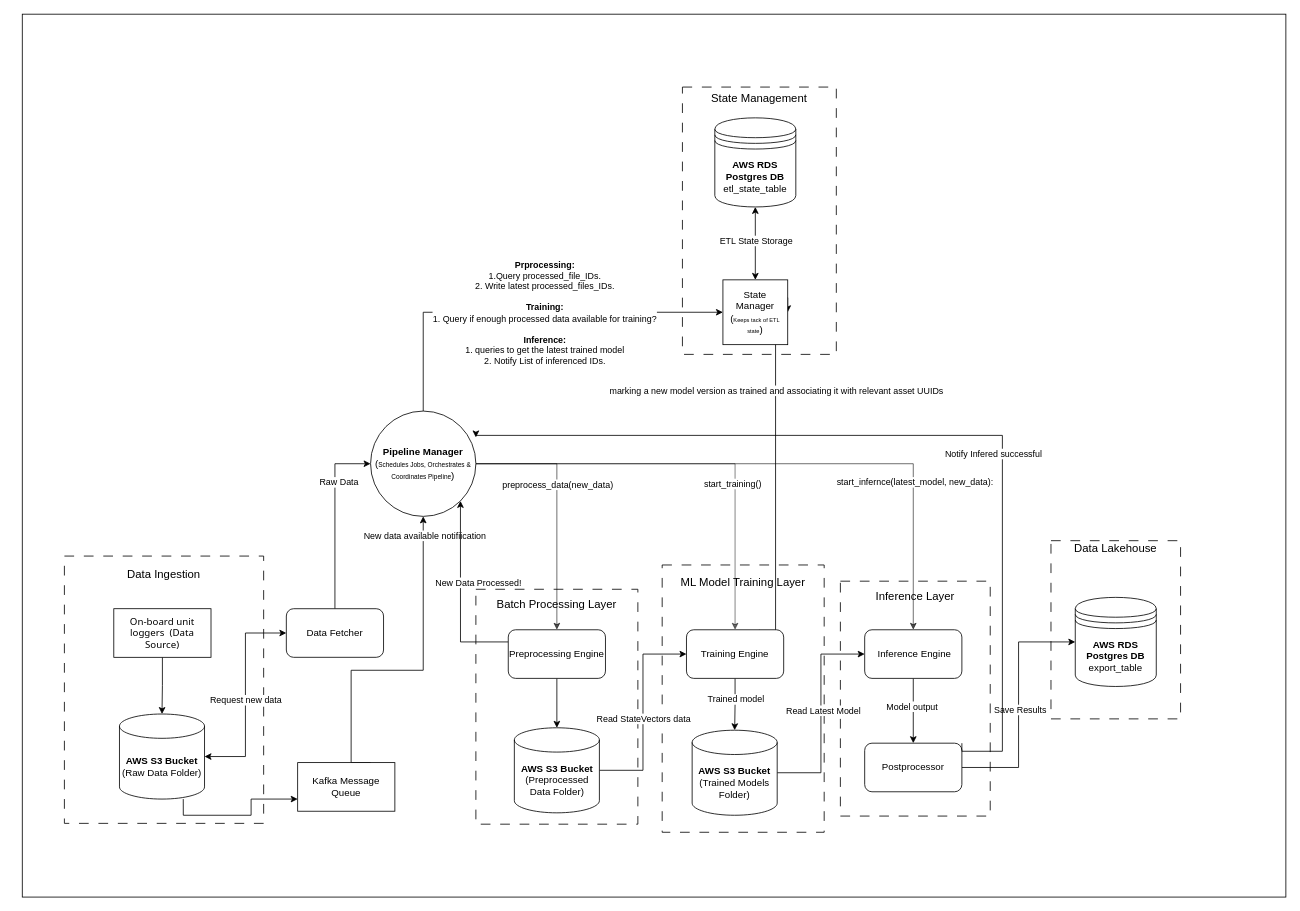
The draw.io diagram docs/System-Architecture.drawio in KhizarAziz/ML-ETL-architecture-template, before the edit. Source tidied: cells renumbered, new cells numbered last; positions are measured from the earlier drawing's top-left corner, leaving out a move shared by most shapes. Both pictures are drawn from the tidied source at 81%, with x=0, y=0 at pixel (22, 14).
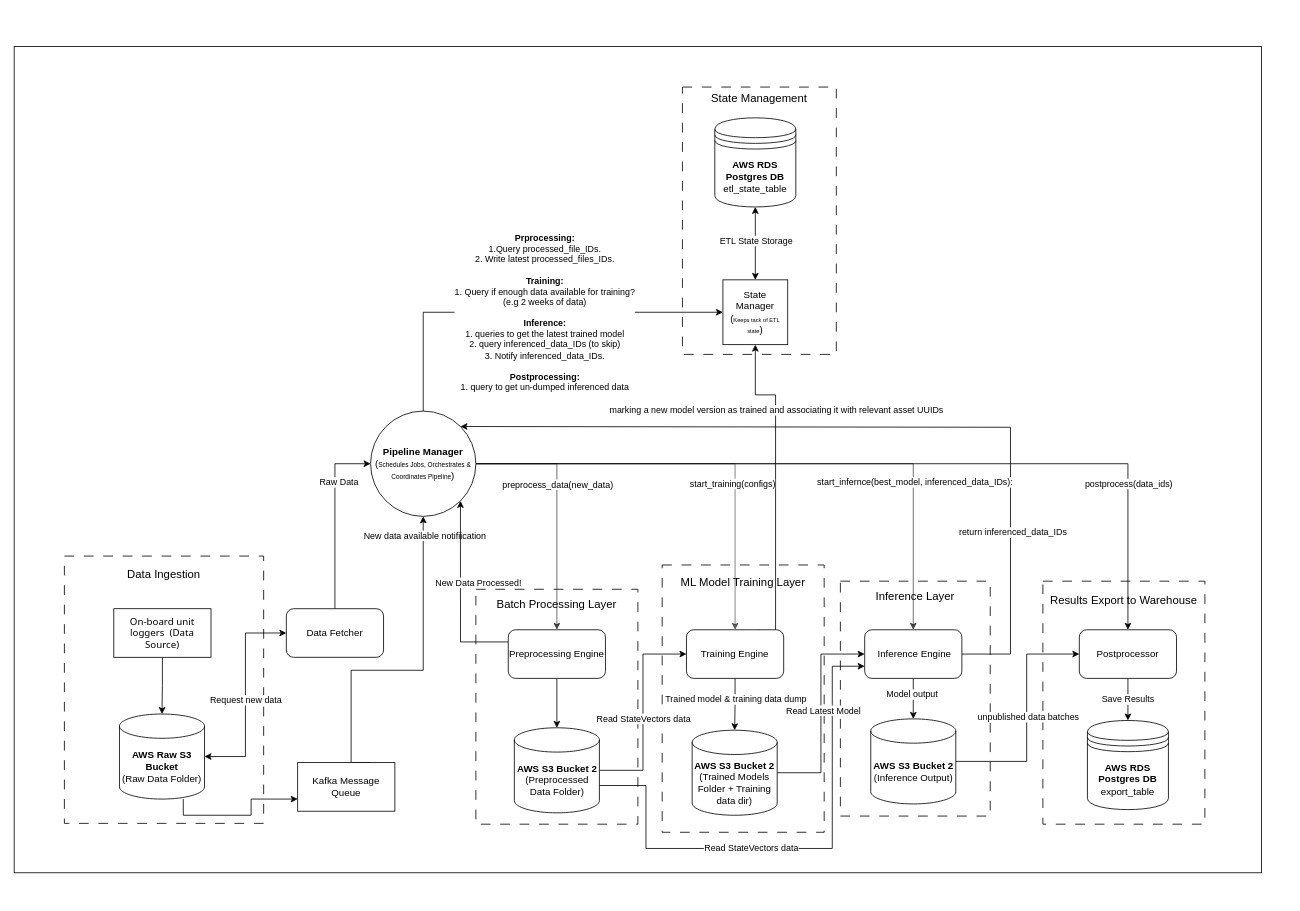
After the change.

Commit message (it also covers changes not shown here):
preprocess, train, inferenced, postprocess added

The change refers to these unchanged cells:
```xml
<mxCell id="22" style="edgeStyle=orthogonalEdgeStyle;rounded=0;jettySize=auto;html=1;" parent="1" edge="1" source="26" target="39">
  <mxGeometry relative="1" as="geometry" />
</mxCell>
<mxCell id="26" value="Training Engine" style="rounded=1;whiteSpace=wrap;html=1;" parent="1" vertex="1">
  <mxGeometry x="820" y="760" width="120" height="60" as="geometry" />
</mxCell>
<mxCell id="29" value="&amp;nbsp;Inference Engine" style="rounded=1;whiteSpace=wrap;html=1;" parent="1" vertex="1">
  <mxGeometry x="1040" y="760" width="120" height="60" as="geometry" />
</mxCell>
<mxCell id="42" style="edgeStyle=orthogonalEdgeStyle;rounded=0;jettySize=auto;html=1;entryX=0.5;entryY=0;entryDx=0;entryDy=0;opacity=60;" parent="1" edge="1" source="48" target="26">
  <mxGeometry relative="1" as="geometry" />
</mxCell>
<mxCell id="44" style="edgeStyle=orthogonalEdgeStyle;rounded=0;jettySize=auto;html=1;entryX=0.5;entryY=0;entryDx=0;entryDy=0;opacity=70;" parent="1" edge="1" source="48" target="29">
  <mxGeometry relative="1" as="geometry" />
</mxCell>
<mxCell id="46" style="edgeStyle=orthogonalEdgeStyle;rounded=0;jettySize=auto;html=1;exitX=0.5;exitY=0;exitDx=0;exitDy=0;entryX=0;entryY=0.5;entryDx=0;entryDy=0;" parent="1" edge="1" source="48" target="54">
  <mxGeometry relative="1" as="geometry" />
</mxCell>
<mxCell id="48" value="&lt;b&gt;Pipeline Manager&lt;/b&gt;&lt;br&gt;(&lt;font style=&quot;font-size: 8px;&quot;&gt;Schedules Jobs, Orchestrates &amp;amp; Coordinates Pipeline&lt;/font&gt;)" style="ellipse;whiteSpace=wrap;html=1;" parent="1" vertex="1">
  <mxGeometry x="430" y="490" width="130" height="130" as="geometry" />
</mxCell>
<mxCell id="54" value="State Manager&lt;br&gt;(&lt;font style=&quot;font-size: 7px;&quot;&gt;Keeps tack of ETL state&lt;/font&gt;)" style="whiteSpace=wrap;html=1;" parent="1" vertex="1">
  <mxGeometry x="865" y="328" width="80" height="80" as="geometry" />
</mxCell>
```

The edit, as a diff of the source:
```diff
@@
     <mxCell id="2" style="rounded=0;whiteSpace=wrap;html=1;fillColor=none;" parent="1" vertex="1">
-      <mxGeometry width="1560" height="1090" as="geometry" />
+      <mxGeometry x="-10" y="40" width="1540" height="1020" as="geometry" />
     </mxCell>
-    <mxCell id="3" value="&lt;font style=&quot;font-size: 14px;&quot;&gt;Data Lakehouse&lt;br&gt;&lt;br&gt;&lt;br&gt;&lt;br&gt;&lt;br&gt;&lt;br&gt;&lt;br&gt;&lt;br&gt;&lt;br&gt;&lt;br&gt;&lt;br&gt;&lt;br&gt;&lt;br&gt;&lt;/font&gt;" style="rounded=0;whiteSpace=wrap;html=1;fillColor=default;dashed=1;dashPattern=12 12;" parent="1" vertex="1">
-      <mxGeometry x="1270" y="650" width="160" height="220" as="geometry" />
+    <mxCell id="3" value="&lt;font style=&quot;font-size: 14px;&quot;&gt;Results Export to Warehouse&lt;br&gt;&lt;br&gt;&lt;br&gt;&lt;br&gt;&lt;br&gt;&lt;br&gt;&lt;br&gt;&lt;br&gt;&lt;br&gt;&lt;br&gt;&lt;br&gt;&lt;br&gt;&lt;br&gt;&lt;br&gt;&lt;br&gt;&lt;br&gt;&lt;/font&gt;" style="rounded=0;whiteSpace=wrap;html=1;fillColor=default;dashed=1;dashPattern=12 12;" parent="1" vertex="1">
+      <mxGeometry x="1260" y="700" width="200" height="300" as="geometry" />
     </mxCell>
@@
-    <mxCell id="14" value="&lt;b style=&quot;border-color: var(--border-color);&quot;&gt;AWS S3 Bucket&lt;br&gt;&lt;/b&gt;(Raw Data Folder)" style="shape=cylinder3;whiteSpace=wrap;html=1;boundedLbl=1;backgroundOutline=1;size=15;" parent="1" vertex="1">
+    <mxCell id="14" value="&lt;b style=&quot;border-color: var(--border-color);&quot;&gt;AWS Raw S3 Bucket&lt;br&gt;&lt;/b&gt;(Raw Data Folder)" style="shape=cylinder3;whiteSpace=wrap;html=1;boundedLbl=1;backgroundOutline=1;size=15;" parent="1" vertex="1">
       <mxGeometry x="120" y="864" width="105" height="105" as="geometry" />
     </mxCell>
@@
-    <mxCell id="23" value="Trained model" style="edgeLabel;html=1;align=center;verticalAlign=middle;" parent="22" vertex="1">
+    <mxCell id="23" value="Trained model &amp;amp; training data dump" style="edgeLabel;html=1;align=center;verticalAlign=middle;" parent="22" vertex="1">
       <mxGeometry x="-0.22" relative="1" as="geometry" />
     </mxCell>
-    <mxCell id="24" style="edgeStyle=orthogonalEdgeStyle;rounded=0;jettySize=auto;html=1;exitX=0.75;exitY=0;exitDx=0;exitDy=0;entryX=1;entryY=0.5;entryDx=0;entryDy=0;" parent="1" edge="1" source="26" target="54">
+    <mxCell id="24" style="edgeStyle=orthogonalEdgeStyle;rounded=0;jettySize=auto;html=1;exitX=0.75;exitY=0;exitDx=0;exitDy=0;entryX=0.5;entryY=1;entryDx=0;entryDy=0;" parent="1" edge="1" source="26" target="54">
       <mxGeometry relative="1" as="geometry">
         <Array as="points">
+          <mxPoint x="910" y="800" />
           <mxPoint x="930" y="800" />
-          <mxPoint x="930" y="350" />
+          <mxPoint x="930" y="470" />
+          <mxPoint x="905" y="470" />
         </Array>
       </mxGeometry>
     </mxCell>
     <mxCell id="25" value="marking a new model version as trained and associating it with relevant asset UUIDs" style="edgeLabel;html=1;align=center;verticalAlign=middle;" parent="24" vertex="1">
       <mxGeometry x="0.63" relative="1" as="geometry">
-        <mxPoint y="47" as="offset" />
+        <mxPoint y="17" as="offset" />
       </mxGeometry>
     </mxCell>
@@
-    <mxCell id="27" style="edgeStyle=orthogonalEdgeStyle;rounded=0;jettySize=auto;html=1;entryX=0.5;entryY=0;entryDx=0;entryDy=0;" parent="1" edge="1" source="29" target="32">
-      <mxGeometry relative="1" as="geometry" />
-    </mxCell>
+    <mxCell id="58" style="edgeStyle=orthogonalEdgeStyle;rounded=0;jettySize=auto;html=1;" parent="1" edge="1" source="29" target="67">
+      <mxGeometry relative="1" as="geometry" />
+    </mxCell>
-    <mxCell id="28" value="Model output&amp;nbsp;" style="edgeLabel;html=1;align=center;verticalAlign=middle;" parent="27" vertex="1">
-      <mxGeometry x="-0.14" y="-1" relative="1" as="geometry" />
+    <mxCell id="28" value="Model output&amp;nbsp;" style="edgeLabel;html=1;align=center;verticalAlign=middle;" parent="58" vertex="1">
+      <mxGeometry x="-0.23" y="-1" relative="1" as="geometry" />
     </mxCell>
+    <mxCell id="59" style="edgeStyle=orthogonalEdgeStyle;rounded=0;jettySize=auto;html=1;entryX=1;entryY=0;entryDx=0;entryDy=0;" parent="1" edge="1" source="29" target="48">
+      <mxGeometry relative="1" as="geometry">
+        <Array as="points">
+          <mxPoint x="1220" y="790" />
+          <mxPoint x="1220" y="510" />
+          <mxPoint x="541" y="510" />
+        </Array>
+      </mxGeometry>
+    </mxCell>
+    <mxCell id="60" value="return inferenced_data_IDs" style="edgeLabel;html=1;align=center;verticalAlign=middle;" parent="59" vertex="1">
+      <mxGeometry x="-0.51" y="-2" relative="1" as="geometry">
+        <mxPoint y="39" as="offset" />
+      </mxGeometry>
+    </mxCell>
@@
-    <mxCell id="30" style="edgeStyle=orthogonalEdgeStyle;rounded=0;jettySize=auto;html=1;entryX=0;entryY=0.5;entryDx=0;entryDy=0;" parent="1" edge="1" source="32" target="33">
+    <mxCell id="30" style="edgeStyle=orthogonalEdgeStyle;rounded=0;jettySize=auto;html=1;entryX=0.5;entryY=0;entryDx=0;entryDy=0;" parent="1" edge="1" source="32" target="33">
       <mxGeometry relative="1" as="geometry" />
     </mxCell>
@@
     <mxCell id="32" value="&lt;div&gt;Postprocessor&lt;/div&gt;" style="rounded=1;whiteSpace=wrap;html=1;" parent="1" vertex="1">
-      <mxGeometry x="1040" y="900" width="120" height="60" as="geometry" />
+      <mxGeometry x="1305" y="760" width="120" height="60" as="geometry" />
     </mxCell>
     <mxCell id="33" value="&lt;b&gt;AWS RDS Postgres DB&lt;/b&gt;&lt;br&gt;export_table" style="shape=datastore;whiteSpace=wrap;html=1;" parent="1" vertex="1">
-      <mxGeometry x="1300" y="720" width="100" height="110" as="geometry" />
+      <mxGeometry x="1315" y="872" width="100" height="110" as="geometry" />
     </mxCell>
@@
+    <mxCell id="61" style="edgeStyle=orthogonalEdgeStyle;rounded=0;jettySize=auto;html=1;exitX=1;exitY=0;exitDx=0;exitDy=71.25;exitPerimeter=0;entryX=0;entryY=0.75;entryDx=0;entryDy=0;" parent="1" edge="1" source="36" target="29">
+      <mxGeometry relative="1" as="geometry">
+        <Array as="points">
+          <mxPoint x="770" y="952" />
+          <mxPoint x="770" y="1030" />
+          <mxPoint x="1000" y="1030" />
+          <mxPoint x="1000" y="805" />
+        </Array>
+      </mxGeometry>
+    </mxCell>
+    <mxCell id="62" value="Read StateVectors data" style="edgeLabel;html=1;align=center;verticalAlign=middle;" parent="61" vertex="1">
+      <mxGeometry x="-0.16" y="2" relative="1" as="geometry" />
+    </mxCell>
-    <mxCell id="36" value="&lt;b&gt;AWS S3 Bucket&lt;br&gt;&lt;/b&gt;(Preprocessed Data Folder)" style="shape=cylinder3;whiteSpace=wrap;html=1;boundedLbl=1;backgroundOutline=1;size=15;" parent="1" vertex="1">
+    <mxCell id="36" value="&lt;b&gt;AWS S3 Bucket 2&lt;br&gt;&lt;/b&gt;(Preprocessed Data Folder)" style="shape=cylinder3;whiteSpace=wrap;html=1;boundedLbl=1;backgroundOutline=1;size=15;" parent="1" vertex="1">
       <mxGeometry x="607.5" y="881" width="105" height="105" as="geometry" />
     </mxCell>
@@
-    <mxCell id="39" value="&lt;b style=&quot;border-color: var(--border-color);&quot;&gt;AWS S3 Bucket&lt;br style=&quot;border-color: var(--border-color);&quot;&gt;&lt;/b&gt;(Trained Models Folder)" style="shape=cylinder3;whiteSpace=wrap;html=1;boundedLbl=1;backgroundOutline=1;size=15;" parent="1" vertex="1">
+    <mxCell id="39" value="&lt;b style=&quot;border-color: var(--border-color);&quot;&gt;AWS S3 Bucket 2&lt;br style=&quot;border-color: var(--border-color);&quot;&gt;&lt;/b&gt;(Trained Models Folder + Training data dir)" style="shape=cylinder3;whiteSpace=wrap;html=1;boundedLbl=1;backgroundOutline=1;size=15;" parent="1" vertex="1">
       <mxGeometry x="827" y="884" width="105" height="105" as="geometry" />
     </mxCell>
@@
-    <mxCell id="43" value="start_training()" style="edgeLabel;html=1;align=center;verticalAlign=middle;" parent="42" vertex="1">
+    <mxCell id="43" value="start_training(configs)" style="edgeLabel;html=1;align=center;verticalAlign=middle;" parent="42" vertex="1">
       <mxGeometry x="0.66" y="-4" relative="1" as="geometry">
         <mxPoint y="-92" as="offset" />
       </mxGeometry>
     </mxCell>
@@
-    <mxCell id="45" value="start_infernce(latest_model, new_data):" style="edgeLabel;html=1;align=center;verticalAlign=middle;" parent="44" vertex="1">
+    <mxCell id="45" value="start_infernce(best_model, inferenced_data_IDs):" style="edgeLabel;html=1;align=center;verticalAlign=middle;" parent="44" vertex="1">
       <mxGeometry x="0.75" y="1" relative="1" as="geometry">
         <mxPoint y="-90" as="offset" />
       </mxGeometry>
     </mxCell>
@@
-    <mxCell id="47" value="&lt;b&gt;Prprocessing:&lt;/b&gt;&lt;br&gt;1.Query processed_file_IDs.&lt;br&gt;2. Write latest processed_files_IDs.&lt;br&gt;&lt;br&gt;&lt;b&gt;Training:&lt;/b&gt;&lt;br&gt;1. Query if enough processed data available for training?&lt;br&gt;&lt;br&gt;&lt;b&gt;Inference:&lt;/b&gt;&lt;br&gt;1.&amp;nbsp;queries to get the latest trained model&lt;br&gt;2. Notify List of inferenced IDs." style="edgeLabel;html=1;align=center;verticalAlign=middle;labelBackgroundColor=default;" parent="46" vertex="1">
+    <mxCell id="47" value="&lt;b&gt;Prprocessing:&lt;/b&gt;&lt;br&gt;1.Query processed_file_IDs.&lt;br&gt;2. Write latest processed_files_IDs.&lt;br&gt;&lt;br&gt;&lt;b&gt;Training:&lt;/b&gt;&lt;br&gt;1. Query if enough data available for training?&lt;br&gt;(e.g 2 weeks of data)&lt;br&gt;&lt;br&gt;&lt;b&gt;Inference:&lt;/b&gt;&lt;br&gt;1.&amp;nbsp;queries to get the latest trained model&lt;br&gt;2. query inferenced_data_IDs (to skip)&lt;br&gt;3. Notify inferenced_data_IDs.&lt;br&gt;&lt;br&gt;&lt;b style=&quot;border-color: var(--border-color);&quot;&gt;Postprocessing:&lt;/b&gt;&lt;br style=&quot;border-color: var(--border-color);&quot;&gt;1. query to get un-dumped inferenced data" style="edgeLabel;html=1;align=center;verticalAlign=middle;labelBackgroundColor=default;" parent="46" vertex="1">
       <mxGeometry x="0.1" relative="1" as="geometry" />
     </mxCell>
+    <mxCell id="63" style="edgeStyle=orthogonalEdgeStyle;rounded=0;jettySize=auto;html=1;entryX=0.5;entryY=0;entryDx=0;entryDy=0;" parent="1" edge="1" source="48" target="32">
+      <mxGeometry relative="1" as="geometry">
+        <Array as="points">
+          <mxPoint x="1365" y="555" />
+        </Array>
+      </mxGeometry>
+    </mxCell>
+    <mxCell id="64" value="postprocess(data_ids)" style="edgeLabel;html=1;align=center;verticalAlign=middle;" parent="63" vertex="1">
+      <mxGeometry x="0.63" relative="1" as="geometry">
+        <mxPoint y="6" as="offset" />
+      </mxGeometry>
+    </mxCell>
@@
-    <mxCell id="55" style="edgeStyle=orthogonalEdgeStyle;rounded=0;jettySize=auto;html=1;exitX=1;exitY=0;exitDx=0;exitDy=0;entryX=1;entryY=0.25;entryDx=0;entryDy=0;entryPerimeter=0;" parent="1" edge="1" source="32" target="48">
-      <mxGeometry relative="1" as="geometry">
-        <Array as="points">
-          <mxPoint x="1160" y="910" />
-          <mxPoint x="1210" y="910" />
-          <mxPoint x="1210" y="520" />
-          <mxPoint x="560" y="520" />
-        </Array>
-      </mxGeometry>
-    </mxCell>
-    <mxCell id="56" value="Notify Infered successful" style="edgeLabel;html=1;align=center;verticalAlign=middle;" parent="55" vertex="1">
-      <mxGeometry x="-0.09" y="2" relative="1" as="geometry">
-        <mxPoint x="40" y="20" as="offset" />
-      </mxGeometry>
-    </mxCell>
@@
+    <mxCell id="65" style="edgeStyle=orthogonalEdgeStyle;rounded=0;jettySize=auto;html=1;exitX=1;exitY=0.5;exitDx=0;exitDy=0;exitPerimeter=0;entryX=0;entryY=0.5;entryDx=0;entryDy=0;" parent="1" edge="1" source="67" target="32">
+      <mxGeometry relative="1" as="geometry">
+        <Array as="points">
+          <mxPoint x="1240" y="923" />
+          <mxPoint x="1240" y="790" />
+        </Array>
+      </mxGeometry>
+    </mxCell>
+    <mxCell id="66" value="unpublished data batches" style="edgeLabel;html=1;align=center;verticalAlign=middle;" parent="65" vertex="1">
+      <mxGeometry x="0.01" y="-1" relative="1" as="geometry">
+        <mxPoint y="1" as="offset" />
+      </mxGeometry>
+    </mxCell>
+    <mxCell id="67" value="&lt;b style=&quot;border-color: var(--border-color);&quot;&gt;AWS S3 Bucket 2&lt;br style=&quot;border-color: var(--border-color);&quot;&gt;&lt;/b&gt;(Inference Output)" style="shape=cylinder3;whiteSpace=wrap;html=1;boundedLbl=1;backgroundOutline=1;size=15;" parent="1" vertex="1">
+      <mxGeometry x="1047.5" y="870" width="105" height="105" as="geometry" />
+    </mxCell>
```
